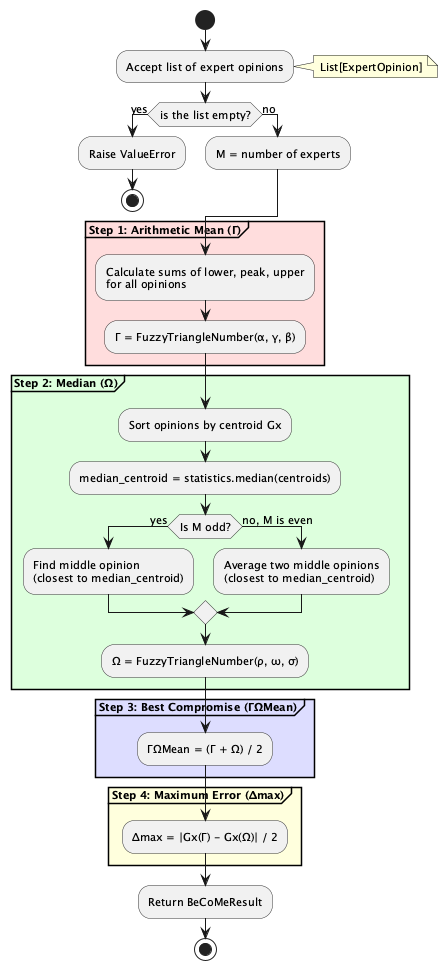
Earlier version of the PlantUML export docs/uml-diagrams/diagrams/png/activity-diagram-simplified.png (caitlon/BeCoMe). Its diagram source:
```plantuml
@startuml BeCoMe-Activity-Diagram-Simplified

skinparam backgroundColor #FFFFFF
skinparam shadowing false
skinparam defaultFontSize 11
skinparam activityBorderColor #333333
skinparam activityBackgroundColor #F0F0F0

start

:Accept list of expert opinions;
note right: List[ExpertOpinion]

if (is the list empty?) then (yes)
    :Raise ValueError;
    stop
else (no)
    :M = number of experts;
endif

partition "**Step 1: Arithmetic Mean (Γ)**" #FFDDDD {
    :Calculate sums of lower, peak, upper\nfor all opinions;
    :Γ = FuzzyTriangleNumber(α, γ, β);
}

partition "**Step 2: Median (Ω)**" #DDFFDD {
    :Sort opinions by centroid Gx;

    :median_centroid = statistics.median(centroids);

    if (Is M odd?) then (yes)
        :Find middle opinion\n(closest to median_centroid);
    else (no, M is even)
        :Average two middle opinions\n(closest to median_centroid);
    endif

    :Ω = FuzzyTriangleNumber(ρ, ω, σ);
}

partition "**Step 3: Best Compromise (ΓΩMean)**" #DDDDFF {
    :ΓΩMean = (Γ + Ω) / 2;
}

partition "**Step 4: Maximum Error (Δmax)**" #FFFFDD {
    :Δmax = |Gx(Γ) - Gx(Ω)| / 2;
}

:Return BeCoMeResult;

stop

@enduml
```
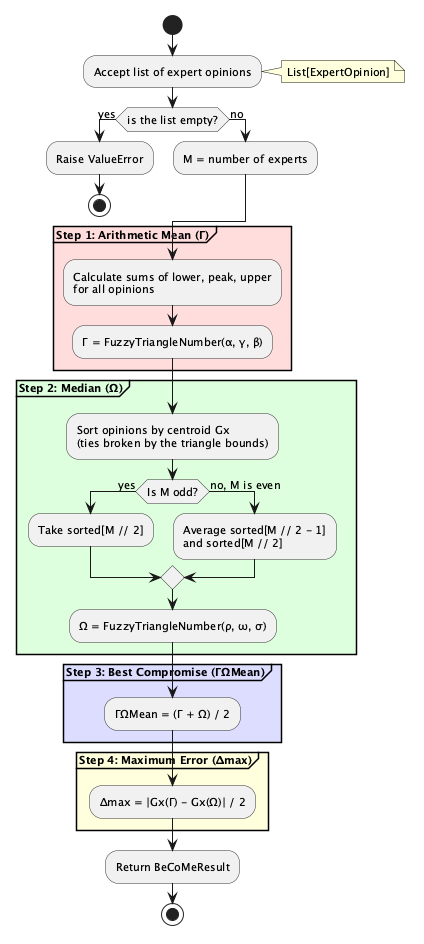
Later version of the same file.

The edit, as a diff of the source:
```diff
@@ -24,14 +24,12 @@
 }
 
 partition "**Step 2: Median (Ω)**" #DDFFDD {
-    :Sort opinions by centroid Gx;
-
-    :median_centroid = statistics.median(centroids);
+    :Sort opinions by centroid Gx\n(ties broken by the triangle bounds);
 
     if (Is M odd?) then (yes)
-        :Find middle opinion\n(closest to median_centroid);
+        :Take sorted[M // 2];
     else (no, M is even)
-        :Average two middle opinions\n(closest to median_centroid);
+        :Average sorted[M // 2 - 1]\nand sorted[M // 2];
     endif
 
     :Ω = FuzzyTriangleNumber(ρ, ω, σ);
```
